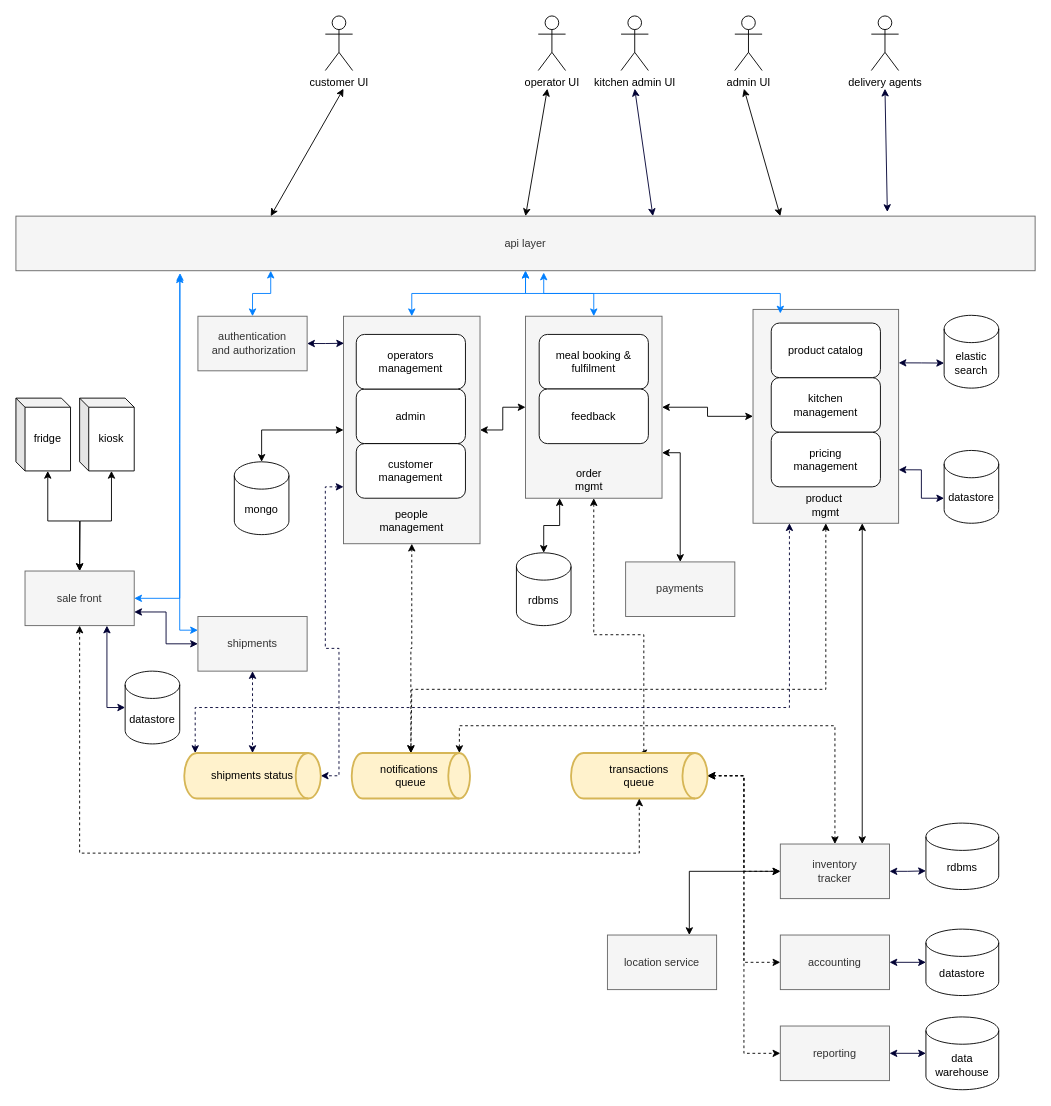
This is farmacy architecture.drawio from vasco-11/archi-kata, a draw.io file, before an edit. Source tidied: cells renumbered, new cells numbered last; positions are measured from the earlier drawing's top-left corner, leaving out a move shared by most shapes. Both pictures are drawn from the tidied source at 91%, with x=0, y=0 at pixel (15, 15).
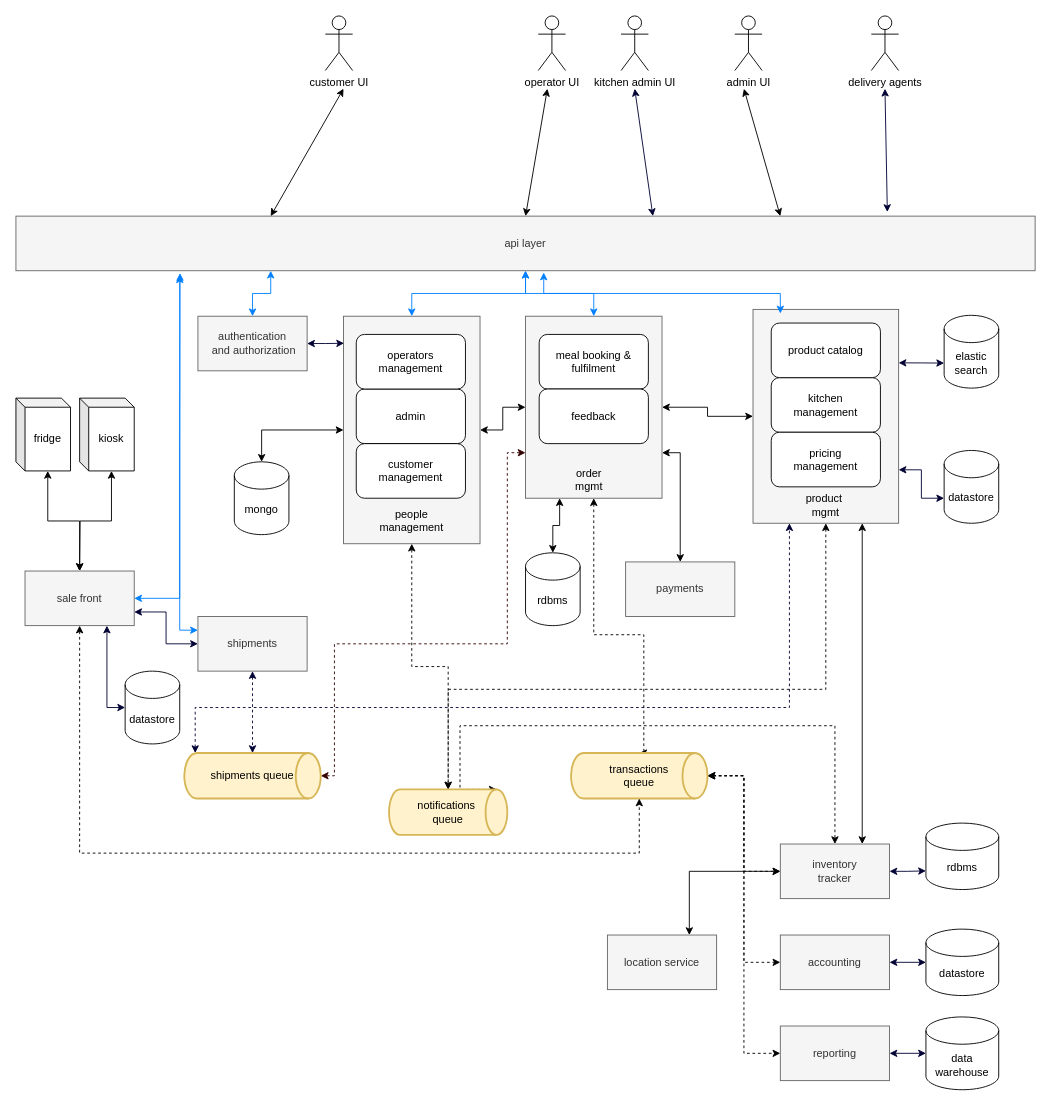
The same diagram, later.

Commit message (it also covers changes not shown here):
corrects some component linking

Unchanged cells that the change refers to:
```xml
<mxCell id="6" style="rounded=0;whiteSpace=wrap;html=1;fillColor=#f5f5f5;strokeColor=#666666;fontColor=#333333;" parent="1" vertex="1">
  <mxGeometry x="810" y="322.5" width="160" height="235" as="geometry" />
</mxCell>
<mxCell id="12" style="rounded=0;whiteSpace=wrap;html=1;fillColor=#f5f5f5;strokeColor=#666666;fontColor=#333333;" parent="1" vertex="1">
  <mxGeometry x="560" y="330" width="150" height="200" as="geometry" />
</mxCell>
<mxCell id="15" style="rounded=0;whiteSpace=wrap;html=1;fillColor=#f5f5f5;strokeColor=#666666;fontColor=#333333;" parent="1" vertex="1">
  <mxGeometry x="360" y="330" width="150" height="250" as="geometry" />
</mxCell>
```

Diff of the diagram source:
```diff
@@
     <mxCell id="2" style="edgeStyle=orthogonalEdgeStyle;rounded=0;jettySize=auto;html=1;exitX=0.5;exitY=1;exitDx=0;exitDy=0;entryX=0.5;entryY=0;entryDx=0;entryDy=0;entryPerimeter=0;startArrow=classic;startFill=1;dashed=1;" parent="1" edge="1" source="6" target="47">
       <mxGeometry relative="1" as="geometry">
         <Array as="points">
           <mxPoint x="890" y="740" />
-          <mxPoint x="435" y="740" />
+          <mxPoint x="475" y="740" />
         </Array>
       </mxGeometry>
     </mxCell>
@@
+    <mxCell id="83" style="edgeStyle=orthogonalEdgeStyle;rounded=0;jettySize=auto;html=1;exitX=0;exitY=0.75;exitDx=0;exitDy=0;entryX=1;entryY=0.5;entryDx=0;entryDy=0;entryPerimeter=0;startArrow=classic;startFill=1;strokeColor=#330000;dashed=1;" parent="1" edge="1" source="12" target="80">
+      <mxGeometry relative="1" as="geometry">
+        <Array as="points">
+          <mxPoint x="540" y="480" />
+          <mxPoint x="540" y="690" />
+          <mxPoint x="350" y="690" />
+          <mxPoint x="350" y="835" />
+        </Array>
+      </mxGeometry>
+    </mxCell>
@@
-    <mxCell id="14" style="edgeStyle=orthogonalEdgeStyle;rounded=0;jettySize=auto;html=1;exitX=0;exitY=0.75;exitDx=0;exitDy=0;entryX=1;entryY=0.5;entryDx=0;entryDy=0;entryPerimeter=0;startArrow=classic;startFill=1;strokeColor=#000033;dashed=1;" parent="1" edge="1" source="15" target="80">
-      <mxGeometry relative="1" as="geometry" />
-    </mxCell>
@@
     <mxCell id="47" value="notifications&amp;nbsp;&lt;br&gt;queue" style="strokeWidth=2;html=1;shape=mxgraph.flowchart.direct_data;whiteSpace=wrap;fillColor=#fff2cc;strokeColor=#d6b656;" parent="1" vertex="1">
-      <mxGeometry x="369" y="810" width="130" height="50" as="geometry" />
+      <mxGeometry x="410" y="850" width="130" height="50" as="geometry" />
     </mxCell>
@@
     <mxCell id="66" value="rdbms" style="shape=cylinder3;whiteSpace=wrap;html=1;boundedLbl=1;backgroundOutline=1;size=15;rounded=0;glass=0;align=center;" parent="1" vertex="1">
-      <mxGeometry x="550" y="590" width="60" height="80" as="geometry" />
+      <mxGeometry x="560" y="590" width="60" height="80" as="geometry" />
     </mxCell>
@@
-    <mxCell id="80" value="shipments status" style="strokeWidth=2;html=1;shape=mxgraph.flowchart.direct_data;whiteSpace=wrap;fillColor=#fff2cc;strokeColor=#d6b656;" parent="1" vertex="1">
+    <mxCell id="80" value="shipments queue" style="strokeWidth=2;html=1;shape=mxgraph.flowchart.direct_data;whiteSpace=wrap;fillColor=#fff2cc;strokeColor=#d6b656;" parent="1" vertex="1">
       <mxGeometry x="185" y="810" width="150" height="50" as="geometry" />
     </mxCell>
```
